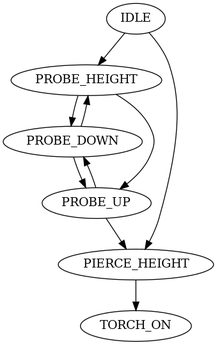
The Graphviz diagram docs/plasmac_state_mapping.dot.png in kcjengr/monokrom, before a commit. Its source is kept beside it as docs/plasmac_state_mapping.dot. Source of this version:
```dot
digraph plasmac_state {
    IDLE -> {PROBE_HEIGHT PIERCE_HEIGHT}
    PROBE_HEIGHT -> PROBE_DOWN
    PROBE_HEIGHT -> PROBE_UP
    PROBE_DOWN -> PROBE_HEIGHT
    PROBE_DOWN -> PROBE_UP
    PROBE_UP -> PROBE_DOWN
    PROBE_UP -> PIERCE_HEIGHT
    PIERCE_HEIGHT -> TORCH_ON
}
```
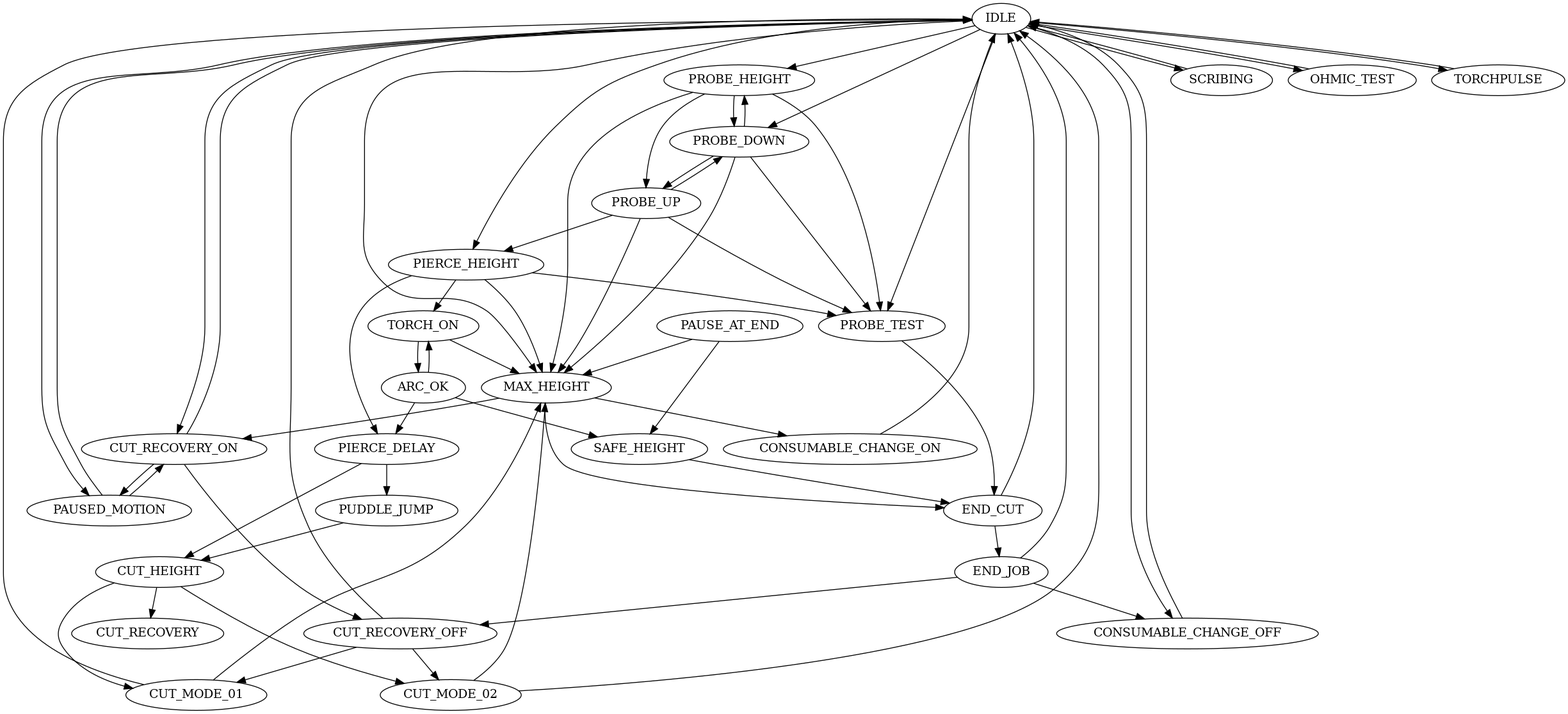
Later version of the same file.

Commit message:
plasmac state mapping - completed

Change to the diagram source:
```diff
@@ -1,10 +1,28 @@
 digraph plasmac_state {
-    IDLE -> {PROBE_HEIGHT PIERCE_HEIGHT}
-    PROBE_HEIGHT -> PROBE_DOWN
-    PROBE_HEIGHT -> PROBE_UP
-    PROBE_DOWN -> PROBE_HEIGHT
-    PROBE_DOWN -> PROBE_UP
-    PROBE_UP -> PROBE_DOWN
-    PROBE_UP -> PIERCE_HEIGHT
-    PIERCE_HEIGHT -> TORCH_ON
+    IDLE -> {PROBE_HEIGHT PIERCE_HEIGHT PAUSED_MOTION MAX_HEIGHT CONSUMABLE_CHANGE_OFF CUT_RECOVERY_ON PROBE_TEST SCRIBING OHMIC_TEST TORCHPULSE PROBE_DOWN}
+    PROBE_HEIGHT -> {PROBE_TEST MAX_HEIGHT PROBE_DOWN PROBE_UP}
+    PROBE_DOWN -> {PROBE_TEST MAX_HEIGHT PROBE_HEIGHT PROBE_UP}
+    PROBE_UP -> {PROBE_TEST PROBE_DOWN PIERCE_HEIGHT MAX_HEIGHT}
+    PIERCE_HEIGHT -> {PROBE_TEST PIERCE_DELAY TORCH_ON MAX_HEIGHT}
+    TORCH_ON -> {MAX_HEIGHT ARC_OK}
+    ARC_OK -> {SAFE_HEIGHT TORCH_ON PIERCE_DELAY}
+    PIERCE_DELAY -> {CUT_HEIGHT PUDDLE_JUMP}
+    PUDDLE_JUMP -> CUT_HEIGHT
+    CUT_HEIGHT -> {CUT_RECOVERY CUT_MODE_01 CUT_MODE_02}
+    CUT_MODE_01 -> {IDLE MAX_HEIGHT}
+    CUT_MODE_02 -> {IDLE MAX_HEIGHT}
+    PAUSE_AT_END -> {MAX_HEIGHT SAFE_HEIGHT}
+    SAFE_HEIGHT -> END_CUT
+    MAX_HEIGHT -> {CUT_RECOVERY_ON END_CUT CONSUMABLE_CHANGE_ON}
+    END_CUT -> {IDLE END_JOB}
+    END_JOB -> {CONSUMABLE_CHANGE_OFF CUT_RECOVERY_OFF IDLE}
+    TORCHPULSE -> IDLE
+    PAUSED_MOTION -> {IDLE CUT_RECOVERY_ON}
+    OHMIC_TEST -> IDLE
+    PROBE_TEST -> END_CUT
+    SCRIBING -> IDLE
+    CONSUMABLE_CHANGE_ON -> IDLE
+    CONSUMABLE_CHANGE_OFF -> IDLE
+    CUT_RECOVERY_ON -> {IDLE CUT_RECOVERY_OFF PAUSED_MOTION}
+    CUT_RECOVERY_OFF -> {CUT_MODE_01 CUT_MODE_02 IDLE}
 }
```
